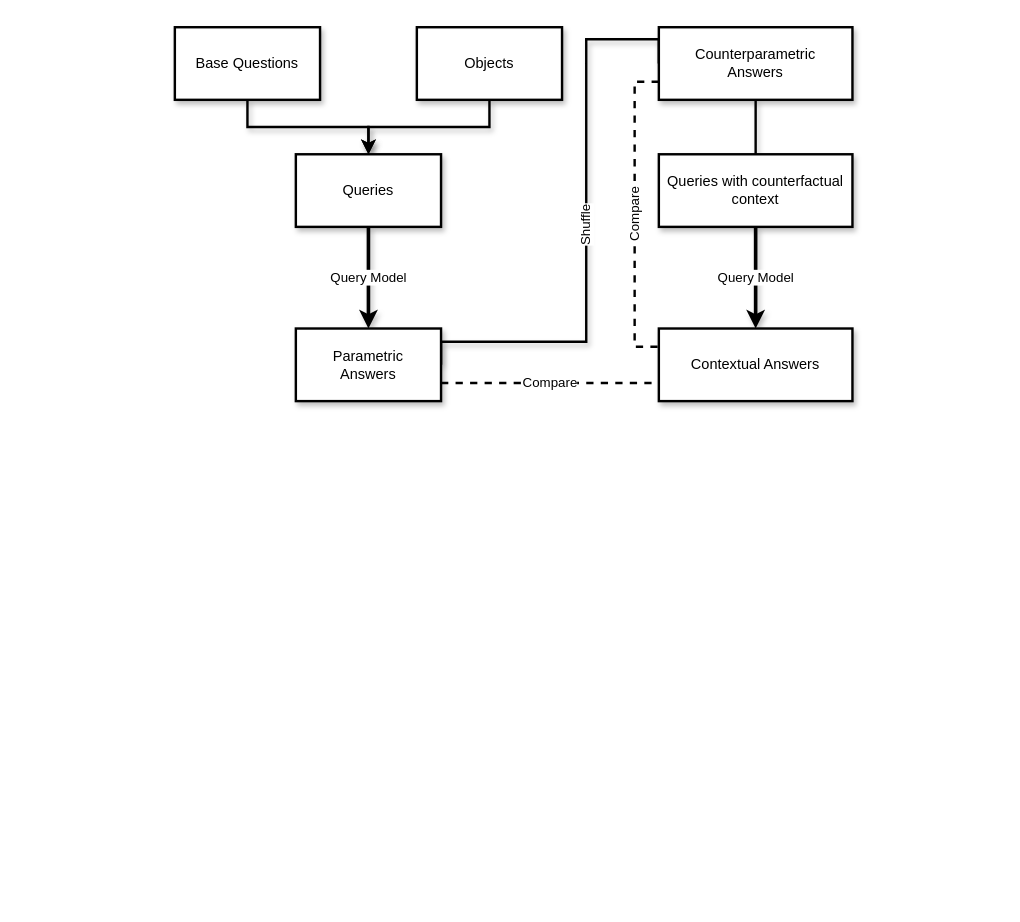
Before: Report/pictures/Method.drawio in mfixman/rag-thesis, a draw.io diagram. Source tidied: cells renumbered, new cells numbered last; positions are measured from the earlier drawing's top-left corner, leaving out a move shared by most shapes. Both pictures are drawn from the tidied source at 121%, with x=0, y=0 at pixel (174, 27).
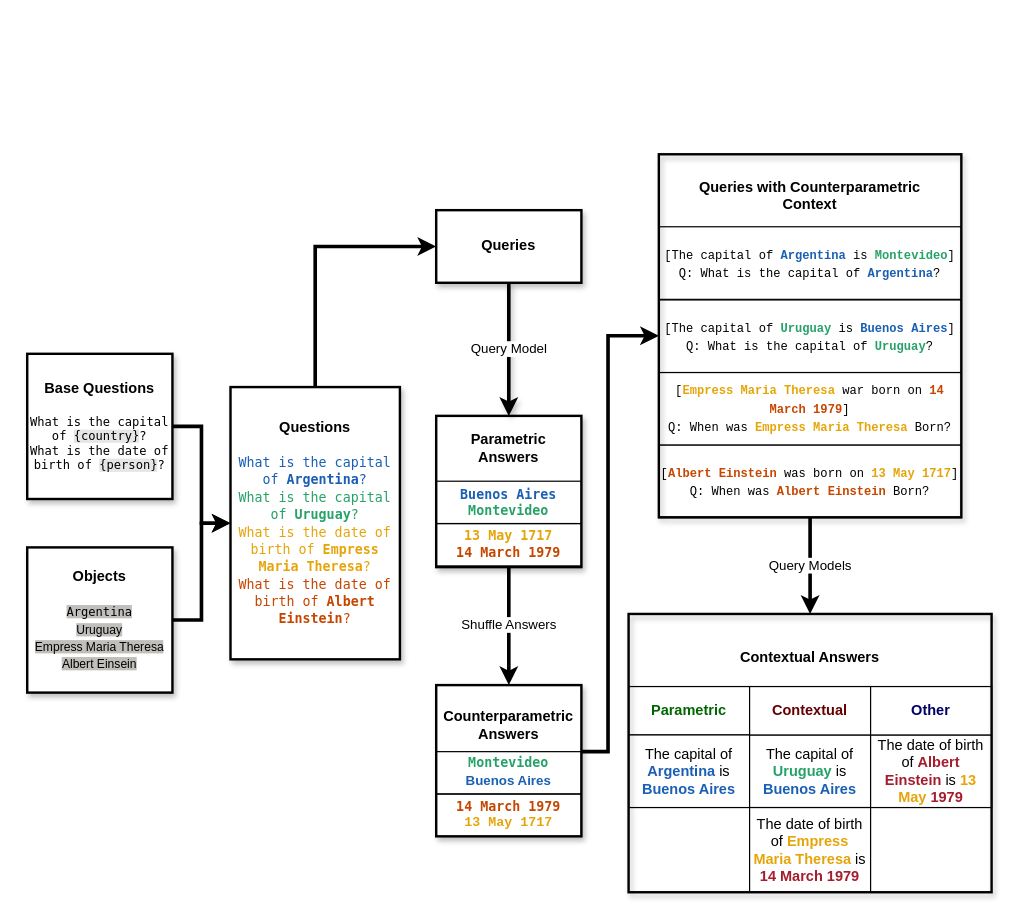
The same diagram, later.

Commit message (it also covers changes not shown here):
Better (?) method diagram.

Diff of the diagram source:
```diff
@@
-    <mxCell id="2" style="edgeStyle=orthogonalEdgeStyle;rounded=0;jettySize=auto;html=1;exitX=0.5;exitY=1;exitDx=0;exitDy=0;entryX=0.5;entryY=0;entryDx=0;entryDy=0;endArrow=classic;endFill=1;strokeWidth=2;shadow=1;" parent="1" edge="1" source="3" target="7">
-      <mxGeometry relative="1" as="geometry" />
-    </mxCell>
+    <mxCell id="17" style="edgeStyle=orthogonalEdgeStyle;rounded=0;jettySize=auto;html=1;exitX=1;exitY=0.5;exitDx=0;exitDy=0;entryX=0;entryY=0.5;entryDx=0;entryDy=0;strokeWidth=3;" parent="1" edge="1" source="3" target="20">
+      <mxGeometry relative="1" as="geometry" />
+    </mxCell>
+    <mxCell id="18" style="edgeStyle=orthogonalEdgeStyle;rounded=0;jettySize=auto;html=1;exitX=1;exitY=0.5;exitDx=0;exitDy=0;strokeWidth=3;" parent="1" edge="1" source="5" target="20">
+      <mxGeometry relative="1" as="geometry" />
+    </mxCell>
+    <mxCell id="19" style="edgeStyle=orthogonalEdgeStyle;rounded=0;jettySize=auto;html=1;exitX=0.5;exitY=0;exitDx=0;exitDy=0;entryX=0;entryY=0.5;entryDx=0;entryDy=0;strokeWidth=3;" parent="1" edge="1" source="20" target="7">
+      <mxGeometry relative="1" as="geometry" />
+    </mxCell>
+    <mxCell id="20" value="&lt;b&gt;Questions&lt;br&gt;&lt;br&gt;&lt;/b&gt;&lt;font style=&quot;font-size: 11px;&quot; face=&quot;Lucida Console&quot;&gt;&lt;font style=&quot;font-size: 11px;&quot; color=&quot;#1a5fb4&quot;&gt;What is the capital of &lt;b&gt;Argentina&lt;/b&gt;?&lt;/font&gt;&lt;/font&gt;&lt;font style=&quot;font-size: 11px;&quot; face=&quot;Lucida Console&quot;&gt;&lt;br&gt;&lt;/font&gt;&lt;font style=&quot;font-size: 11px;&quot; face=&quot;Lucida Console&quot;&gt;&lt;font style=&quot;font-size: 11px;&quot; color=&quot;#26a269&quot;&gt;What is the capital of &lt;b&gt;Uruguay&lt;/b&gt;?&lt;/font&gt;&lt;/font&gt;&lt;font style=&quot;font-size: 11px;&quot; face=&quot;Lucida Console&quot;&gt;&lt;br&gt;&lt;font style=&quot;font-size: 11px;&quot; color=&quot;#e5a50a&quot;&gt;What is the date of birth of &lt;b&gt;Empress Maria Theresa&lt;/b&gt;?&lt;br&gt;&lt;/font&gt;&lt;/font&gt;&lt;font style=&quot;font-size: 11px;&quot; face=&quot;Lucida Console&quot;&gt;&lt;font style=&quot;font-size: 11px;&quot; color=&quot;#c64600&quot;&gt;What is the date of birth of &lt;b&gt;Albert Einstein&lt;/b&gt;?&lt;/font&gt;&lt;/font&gt;&lt;font style=&quot;font-size: 11px;&quot; face=&quot;tMsbR-ijoFJOlpaPKPb6&quot;&gt;&lt;font style=&quot;font-size: 11px;&quot; color=&quot;#c64600&quot;&gt;&lt;br&gt;&lt;/font&gt;&lt;/font&gt;" style="rounded=0;whiteSpace=wrap;html=1;textShadow=0;labelBorderColor=none;shadow=1;strokeWidth=2;" parent="1" vertex="1">
+      <mxGeometry x="46" y="297.4" width="140" height="225" as="geometry" />
+    </mxCell>
+    <mxCell id="21" style="group;" parent="1" vertex="1">
+      <mxGeometry x="216" y="151.2" width="120" height="517.5" as="geometry" />
+    </mxCell>
+    <mxCell id="7" value="&lt;div&gt;&lt;b&gt;Queries&lt;/b&gt;&lt;/div&gt;" style="rounded=0;whiteSpace=wrap;html=1;strokeWidth=2;shadow=1;" parent="21" vertex="1">
+      <mxGeometry width="120" height="60" as="geometry" />
+    </mxCell>
+    <mxCell id="22" style="group;" parent="21" vertex="1">
+      <mxGeometry y="170" width="120" height="125" as="geometry" />
+    </mxCell>
+    <mxCell id="10" value="&lt;b&gt;Parametric&lt;br&gt;Answers&lt;/b&gt;&lt;br&gt;&lt;br&gt;&lt;br&gt;&lt;br&gt;&lt;br&gt;&lt;div&gt;&lt;br&gt;&lt;/div&gt;" style="rounded=0;whiteSpace=wrap;html=1;strokeWidth=2;shadow=1;" parent="22" vertex="1">
+      <mxGeometry width="120" height="125" as="geometry" />
+    </mxCell>
+    <mxCell id="23" value="&lt;div style=&quot;font-size: 10px;&quot;&gt;&lt;font style=&quot;font-size: 11px;&quot; face=&quot;Lucida Console&quot; color=&quot;#e5a50a&quot;&gt;13 May 1717&lt;/font&gt;&lt;/div&gt;&lt;div style=&quot;font-size: 11px;&quot;&gt;&lt;font face=&quot;Lucida Console&quot; color=&quot;#c64600&quot;&gt;14 March 1979&lt;/font&gt;&lt;/div&gt;" style="rounded=0;whiteSpace=wrap;html=1;fontFamily=Courier New;fontSize=10;strokeColor=default;fillColor=none;fillStyle=auto;gradientColor=none;fontStyle=1;fontColor=#a51d2d;" parent="22" vertex="1">
+      <mxGeometry y="89" width="120" height="35" as="geometry" />
+    </mxCell>
+    <mxCell id="24" value="&lt;font style=&quot;font-size: 11px;&quot; face=&quot;Lucida Console&quot;&gt;Buenos Aires&lt;br style=&quot;&quot;&gt;&lt;font style=&quot;font-size: 11px;&quot; color=&quot;#26a269&quot;&gt;Montevideo&lt;/font&gt;&lt;/font&gt;" style="rounded=0;whiteSpace=wrap;html=1;fontFamily=Courier New;fontSize=10;strokeColor=default;fillColor=none;fontStyle=1;fontColor=#1a5fb4;" parent="22" vertex="1">
+      <mxGeometry y="54" width="120" height="35" as="geometry" />
+    </mxCell>
+    <mxCell id="25" style="group;" parent="21" vertex="1">
+      <mxGeometry y="362.5" width="120" height="155" as="geometry" />
+    </mxCell>
+    <mxCell id="13" value="&lt;div&gt;&lt;b&gt;Counterparametric&lt;/b&gt;&lt;/div&gt;&lt;div&gt;&lt;b&gt;Answers&lt;/b&gt;&lt;br&gt;&lt;br&gt;&lt;/div&gt;&lt;br&gt;&lt;br&gt;&lt;div&gt;&lt;br&gt;&lt;/div&gt;" style="rounded=0;whiteSpace=wrap;html=1;strokeWidth=2;shadow=1;" parent="25" vertex="1">
+      <mxGeometry y="30" width="120" height="125" as="geometry" />
+    </mxCell>
+    <mxCell id="26" value="&lt;div style=&quot;font-size: 11px;&quot;&gt;&lt;font style=&quot;font-size: 11px;&quot; face=&quot;Lucida Console&quot; color=&quot;#c64600&quot;&gt;14 March 1979&lt;/font&gt;&lt;font style=&quot;font-size: 11px;&quot; face=&quot;4AYK5dA0e2l7IKI_uSxC&quot;&gt;&lt;br&gt;&lt;font style=&quot;font-size: 11px;&quot; color=&quot;#e5a50a&quot;&gt;13 May 1717&lt;/font&gt;&lt;/font&gt;&lt;/div&gt;" style="rounded=0;whiteSpace=wrap;html=1;fontFamily=Courier New;fontSize=10;strokeColor=default;fillColor=none;fillStyle=auto;gradientColor=none;fontStyle=1;fontColor=#a51d2d;" parent="25" vertex="1">
+      <mxGeometry y="120" width="120" height="35" as="geometry" />
+    </mxCell>
+    <mxCell id="27" value="&lt;div style=&quot;font-size: 11px;&quot;&gt;&lt;font style=&quot;font-size: 11px;&quot; face=&quot;Lucida Console&quot; color=&quot;#26a269&quot;&gt;Montevideo&lt;/font&gt;&lt;/div&gt;&lt;div style=&quot;font-size: 11px;&quot;&gt;&lt;font style=&quot;font-size: 11px;&quot; face=&quot;EW9kL-yD4NLWCVOWMNkE&quot;&gt;Buenos Aires&lt;/font&gt;&lt;/div&gt;" style="rounded=0;whiteSpace=wrap;html=1;fontFamily=Courier New;fontSize=10;strokeColor=default;fillColor=none;fontStyle=1;fontColor=#1a5fb4;" parent="25" vertex="1">
+      <mxGeometry y="85" width="120" height="35" as="geometry" />
+    </mxCell>
+    <mxCell id="6" value="&lt;div align=&quot;right&quot;&gt;Query Model&lt;br&gt;&lt;/div&gt;" style="edgeStyle=orthogonalEdgeStyle;rounded=0;jettySize=auto;html=1;exitX=0.5;exitY=1;exitDx=0;exitDy=0;entryX=0.5;entryY=0;entryDx=0;entryDy=0;strokeWidth=3;shadow=1;" parent="21" edge="1" source="7" target="10">
+      <mxGeometry relative="1" as="geometry" />
+    </mxCell>
+    <mxCell id="28" value="Shuffle Answers" style="edgeStyle=orthogonalEdgeStyle;rounded=0;jettySize=auto;html=1;exitX=0.5;exitY=1;exitDx=0;exitDy=0;entryX=0.5;entryY=0;entryDx=0;entryDy=0;strokeWidth=3;" parent="21" edge="1" source="23" target="13">
+      <mxGeometry relative="1" as="geometry" />
+    </mxCell>
+    <mxCell id="29" style="group;" parent="1" vertex="1">
+      <mxGeometry x="-122" y="269.9" width="120" height="280" as="geometry" />
+    </mxCell>
-    <mxCell id="3" value="Base Questions" style="rounded=0;whiteSpace=wrap;html=1;strokeWidth=2;shadow=1;" parent="1" vertex="1">
-      <mxGeometry width="120" height="60" as="geometry" />
+    <mxCell id="3" value="&lt;div&gt;&lt;b&gt;Base Questions&lt;br&gt;&lt;br&gt;&lt;/b&gt;&lt;/div&gt;&lt;div style=&quot;font-size: 10px;&quot;&gt;&lt;font style=&quot;font-size: 10px;&quot; face=&quot;Lucida Console&quot;&gt;What is the capital of &lt;span style=&quot;background-color: rgb(230, 230, 230);&quot;&gt;{country}&lt;/span&gt;?&lt;br&gt;What is the date of birth of &lt;span style=&quot;background-color: rgb(230, 230, 230);&quot;&gt;{person}&lt;/span&gt;?&lt;/font&gt;&lt;br&gt;&lt;/div&gt;" style="rounded=0;whiteSpace=wrap;html=1;strokeWidth=2;shadow=1;" parent="29" vertex="1">
+      <mxGeometry width="120" height="120" as="geometry" />
     </mxCell>
-    <mxCell id="4" style="edgeStyle=orthogonalEdgeStyle;rounded=0;jettySize=auto;html=1;exitX=0.5;exitY=1;exitDx=0;exitDy=0;entryX=0.5;entryY=0;entryDx=0;entryDy=0;endArrow=classic;endFill=1;strokeWidth=2;shadow=1;" parent="1" edge="1" source="5" target="7">
-      <mxGeometry relative="1" as="geometry" />
-    </mxCell>
-    <mxCell id="5" value="&lt;div&gt;Objects&lt;/div&gt;" style="rounded=0;whiteSpace=wrap;html=1;strokeWidth=2;shadow=1;" parent="1" vertex="1">
-      <mxGeometry x="200" width="120" height="60" as="geometry" />
+    <mxCell id="5" value="&lt;div&gt;&lt;b&gt;Objects&lt;br&gt;&lt;br&gt;&lt;/b&gt;&lt;font face=&quot;Lucida Console&quot; style=&quot;font-size: 10px;&quot;&gt;&lt;span style=&quot;background-color: rgb(192, 191, 188);&quot;&gt;Argentina&lt;/span&gt;&lt;/font&gt;&lt;/div&gt;&lt;div&gt;&lt;font face=&quot;1sBdIfYaEE6bvWHAVR_a&quot; style=&quot;font-size: 10px;&quot;&gt;&lt;span style=&quot;background-color: rgb(192, 191, 188);&quot;&gt;Uruguay&lt;/span&gt;&lt;/font&gt;&lt;/div&gt;&lt;div&gt;&lt;font face=&quot;1sBdIfYaEE6bvWHAVR_a&quot; style=&quot;font-size: 10px;&quot;&gt;&lt;span style=&quot;background-color: rgb(192, 191, 188);&quot;&gt;Empress Maria Theresa&lt;br&gt;Albert Einsein&lt;br&gt;&lt;/span&gt;&lt;/font&gt;&lt;/div&gt;" style="rounded=0;whiteSpace=wrap;html=1;strokeWidth=2;shadow=1;" parent="29" vertex="1">
+      <mxGeometry y="160" width="120" height="120" as="geometry" />
     </mxCell>
-    <mxCell id="6" value="&lt;div align=&quot;right&quot;&gt;Query Model&lt;br&gt;&lt;/div&gt;" style="edgeStyle=orthogonalEdgeStyle;rounded=0;jettySize=auto;html=1;exitX=0.5;exitY=1;exitDx=0;exitDy=0;entryX=0.5;entryY=0;entryDx=0;entryDy=0;strokeWidth=3;shadow=1;" parent="1" edge="1" source="7" target="10">
-      <mxGeometry relative="1" as="geometry" />
-    </mxCell>
-    <mxCell id="7" value="&lt;div&gt;Queries&lt;/div&gt;" style="rounded=0;whiteSpace=wrap;html=1;strokeWidth=2;shadow=1;" parent="1" vertex="1">
-      <mxGeometry x="100" y="105" width="120" height="60" as="geometry" />
-    </mxCell>
-    <mxCell id="8" value="Shuffle" style="edgeStyle=orthogonalEdgeStyle;rounded=0;jettySize=auto;html=1;exitX=1;exitY=0.5;exitDx=0;exitDy=0;entryX=0;entryY=0.5;entryDx=0;entryDy=0;endArrow=none;endFill=0;strokeWidth=2;shadow=1;horizontal=0;" parent="1" edge="1" source="10" target="13">
-      <mxGeometry relative="1" as="geometry">
-        <Array as="points">
-          <mxPoint x="220" y="260" />
-          <mxPoint x="340" y="260" />
-          <mxPoint x="340" y="10" />
-          <mxPoint x="400" y="10" />
-        </Array>
-      </mxGeometry>
-    </mxCell>
-    <mxCell id="9" value="&lt;div&gt;Compare&lt;/div&gt;" style="edgeStyle=orthogonalEdgeStyle;rounded=0;jettySize=auto;html=1;exitX=1;exitY=0.75;exitDx=0;exitDy=0;entryX=0;entryY=0.75;entryDx=0;entryDy=0;strokeWidth=2;dashed=1;endArrow=none;endFill=0;" parent="1" edge="1" source="10" target="16">
-      <mxGeometry relative="1" as="geometry" />
-    </mxCell>
-    <mxCell id="10" value="Parametric&lt;br&gt;Answers" style="rounded=0;whiteSpace=wrap;html=1;strokeWidth=2;shadow=1;" parent="1" vertex="1">
-      <mxGeometry x="100" y="249" width="120" height="60" as="geometry" />
-    </mxCell>
-    <mxCell id="11" style="edgeStyle=orthogonalEdgeStyle;rounded=0;jettySize=auto;html=1;exitX=0.5;exitY=1;exitDx=0;exitDy=0;endArrow=none;endFill=0;strokeWidth=2;shadow=1;" parent="1" edge="1" source="13" target="15">
-      <mxGeometry relative="1" as="geometry" />
-    </mxCell>
-    <mxCell id="12" value="Compare" style="edgeStyle=orthogonalEdgeStyle;rounded=0;jettySize=auto;html=1;exitX=0;exitY=0.75;exitDx=0;exitDy=0;entryX=0;entryY=0.25;entryDx=0;entryDy=0;strokeWidth=2;endArrow=none;endFill=0;dashed=1;horizontal=0;" parent="1" edge="1" source="13" target="16">
-      <mxGeometry relative="1" as="geometry" />
-    </mxCell>
-    <mxCell id="13" value="&lt;div&gt;Counterparametric&lt;/div&gt;&lt;div&gt;Answers&lt;br&gt;&lt;/div&gt;" style="rounded=0;whiteSpace=wrap;html=1;strokeWidth=2;shadow=1;" parent="1" vertex="1">
-      <mxGeometry x="400" width="160" height="60" as="geometry" />
-    </mxCell>
+    <mxCell id="30" style="edgeStyle=orthogonalEdgeStyle;rounded=0;jettySize=auto;html=1;exitX=1;exitY=0;exitDx=0;exitDy=0;entryX=0;entryY=0.5;entryDx=0;entryDy=0;strokeWidth=3;" parent="1" edge="1" source="27" target="15">
+      <mxGeometry relative="1" as="geometry">
+        <Array as="points">
+          <mxPoint x="358" y="599.2" />
+          <mxPoint x="358" y="255.2" />
+        </Array>
+      </mxGeometry>
+    </mxCell>
+    <mxCell id="31" style="group;" parent="1" vertex="1">
+      <mxGeometry x="375" y="484.9" width="300" height="230" as="geometry" />
+    </mxCell>
+    <mxCell id="32" value="&lt;b&gt;Parametric&lt;/b&gt;" style="rounded=0;whiteSpace=wrap;html=1;fontColor=#006600;" parent="31" vertex="1">
+      <mxGeometry y="60" width="100" height="40" as="geometry" />
+    </mxCell>
+    <mxCell id="33" value="The capital of &lt;b&gt;&lt;font color=&quot;#1a5fb4&quot;&gt;Argentina&lt;/font&gt;&lt;/b&gt; is &lt;b&gt;&lt;font color=&quot;#1a5fb4&quot;&gt;Buenos Aires&lt;/font&gt;&lt;/b&gt;" style="rounded=0;whiteSpace=wrap;html=1;" parent="31" vertex="1">
+      <mxGeometry y="100" width="100" height="60" as="geometry" />
+    </mxCell>
+    <mxCell id="34" value="The capital of &lt;b&gt;&lt;font color=&quot;#26a269&quot;&gt;Uruguay&lt;/font&gt;&lt;/b&gt; is &lt;b&gt;&lt;font color=&quot;#1a5fb4&quot;&gt;Buenos Aires&lt;/font&gt;&lt;/b&gt;" style="rounded=0;whiteSpace=wrap;html=1;" parent="31" vertex="1">
+      <mxGeometry x="100" y="100" width="100" height="60" as="geometry" />
+    </mxCell>
+    <mxCell id="35" value="&lt;b&gt;Contextual&lt;/b&gt;" style="rounded=0;whiteSpace=wrap;html=1;fontColor=#660000;" parent="31" vertex="1">
+      <mxGeometry x="100" y="60" width="100" height="40" as="geometry" />
+    </mxCell>
+    <mxCell id="36" value="The date of birth of &lt;font color=&quot;#e5a50a&quot;&gt;&lt;b&gt;Empress Maria Theresa&lt;/b&gt;&lt;/font&gt; is &lt;b&gt;&lt;font color=&quot;#a51d2d&quot;&gt;14 March 1979&lt;/font&gt;&lt;/b&gt;" style="rounded=0;whiteSpace=wrap;html=1;" parent="31" vertex="1">
+      <mxGeometry x="100" y="160" width="100" height="70" as="geometry" />
+    </mxCell>
+    <mxCell id="37" value="The date of birth of &lt;font color=&quot;#a51d2d&quot;&gt;&lt;b&gt;Albert Einstein&lt;/b&gt;&lt;/font&gt; is &lt;b&gt;&lt;font color=&quot;#e5a50a&quot;&gt;13 May&lt;/font&gt; &lt;font color=&quot;#a51d2d&quot;&gt;1979&lt;br&gt;&lt;/font&gt;&lt;/b&gt;" style="rounded=0;whiteSpace=wrap;html=1;" parent="31" vertex="1">
+      <mxGeometry x="200" y="100" width="100" height="60" as="geometry" />
+    </mxCell>
+    <mxCell id="38" value="&lt;b&gt;Other&lt;/b&gt;" style="rounded=0;whiteSpace=wrap;html=1;fontColor=#000066;" parent="31" vertex="1">
+      <mxGeometry x="200" y="60" width="100" height="40" as="geometry" />
+    </mxCell>
+    <mxCell id="16" value="&lt;b&gt;Contextual Answers&lt;/b&gt;&lt;br&gt;&lt;br&gt;&lt;br&gt;&lt;br&gt;&lt;br&gt;&lt;br&gt;&lt;br&gt;&lt;br&gt;&lt;br&gt;&lt;br&gt;&lt;div&gt;&lt;br&gt;&lt;/div&gt;&lt;div&gt;&lt;br/&gt;&lt;/div&gt;" style="rounded=0;whiteSpace=wrap;html=1;strokeWidth=2;shadow=1;fillColor=none;" parent="31" vertex="1">
+      <mxGeometry width="300" height="230" as="geometry" />
+    </mxCell>
-    <mxCell id="14" value="Query Model" style="edgeStyle=orthogonalEdgeStyle;rounded=0;jettySize=auto;html=1;exitX=0.5;exitY=1;exitDx=0;exitDy=0;entryX=0.5;entryY=0;entryDx=0;entryDy=0;strokeWidth=3;shadow=1;" parent="1" edge="1" source="15" target="16">
+    <mxCell id="14" value="&lt;div&gt;Query Models&lt;/div&gt;" style="edgeStyle=orthogonalEdgeStyle;rounded=0;jettySize=auto;html=1;exitX=0.5;exitY=1;exitDx=0;exitDy=0;entryX=0.5;entryY=0;entryDx=0;entryDy=0;strokeWidth=3;" parent="1" edge="1" source="15" target="16">
       <mxGeometry relative="1" as="geometry" />
     </mxCell>
+    <mxCell id="39" value="&lt;font style=&quot;font-size: 10px;&quot; face=&quot;Courier New&quot;&gt;[The capital of &lt;font style=&quot;font-size: 10px;&quot; color=&quot;#1a5fb4&quot;&gt;&lt;b&gt;Argentina&lt;/b&gt;&lt;/font&gt; is &lt;font style=&quot;font-size: 10px;&quot; color=&quot;#26a269&quot;&gt;&lt;b&gt;Montevideo&lt;/b&gt;&lt;/font&gt;]&lt;br&gt;Q: What is the capital of &lt;font color=&quot;#1a5fb4&quot; style=&quot;font-size: 10px;&quot;&gt;&lt;b&gt;Argentina&lt;/b&gt;&lt;/font&gt;?&lt;/font&gt;" style="rounded=0;whiteSpace=wrap;html=1;" parent="1" vertex="1">
+      <mxGeometry x="400" y="164.9" width="250" height="60" as="geometry" />
+    </mxCell>
+    <mxCell id="40" value="&lt;font style=&quot;font-size: 10px;&quot; face=&quot;Courier New&quot;&gt;[The capital of &lt;font color=&quot;#26a269&quot;&gt;&lt;b&gt;Uruguay&lt;/b&gt;&lt;/font&gt; is &lt;font color=&quot;#1a5fb4&quot;&gt;&lt;b&gt;Buenos Aires&lt;/b&gt;&lt;/font&gt;]&lt;br&gt;Q: What is the capital of &lt;font color=&quot;#26a269&quot;&gt;&lt;b&gt;Uruguay&lt;/b&gt;&lt;/font&gt;?&lt;/font&gt;" style="rounded=0;whiteSpace=wrap;html=1;" parent="1" vertex="1">
+      <mxGeometry x="400" y="225.4" width="250" height="60" as="geometry" />
+    </mxCell>
+    <mxCell id="41" value="&lt;font style=&quot;font-size: 10px;&quot; face=&quot;Courier New&quot;&gt;[&lt;font color=&quot;#e5a50a&quot;&gt;&lt;b&gt;Empress Maria Theresa&lt;/b&gt;&lt;/font&gt; war born on &lt;b&gt;&lt;font color=&quot;#c64600&quot;&gt;14 March 1979&lt;/font&gt;&lt;/b&gt;]&lt;br&gt;Q: When was &lt;font color=&quot;#e5a50a&quot;&gt;&lt;b&gt;Empress Maria Theresa&lt;/b&gt;&lt;/font&gt; Born?&lt;/font&gt;" style="rounded=0;whiteSpace=wrap;html=1;" parent="1" vertex="1">
+      <mxGeometry x="400" y="285.4" width="250" height="60" as="geometry" />
+    </mxCell>
+    <mxCell id="42" value="&lt;font style=&quot;font-size: 10px;&quot; face=&quot;Courier New&quot;&gt;[&lt;b&gt;&lt;font color=&quot;#c64600&quot;&gt;Albert Einstein&lt;/font&gt;&lt;/b&gt; was born on &lt;b&gt;&lt;font color=&quot;#e5a50a&quot;&gt;13 May 1717&lt;/font&gt;&lt;/b&gt;]&lt;br&gt;Q: When was &lt;font color=&quot;#c64600&quot;&gt;&lt;b&gt;Albert Einstein&lt;/b&gt;&lt;/font&gt; Born?&lt;/font&gt;" style="rounded=0;whiteSpace=wrap;html=1;" parent="1" vertex="1">
+      <mxGeometry x="400" y="345.4" width="250" height="60" as="geometry" />
+    </mxCell>
-    <mxCell id="15" value="Queries with counterfactual context" style="rounded=0;whiteSpace=wrap;html=1;strokeWidth=2;shadow=1;" parent="1" vertex="1">
-      <mxGeometry x="400" y="105" width="160" height="60" as="geometry" />
+    <mxCell id="15" value="&lt;b&gt;Queries with Counterparametric&lt;br&gt;Context&lt;br&gt;&lt;br&gt;&lt;br&gt;&lt;br&gt;&lt;br&gt;&lt;br&gt;&lt;br&gt;&lt;br&gt;&lt;br&gt;&lt;br&gt;&lt;br&gt;&lt;br&gt;&lt;br&gt;&lt;br&gt;&lt;br&gt;&lt;br&gt;&lt;br&gt;&lt;/b&gt;" style="rounded=0;whiteSpace=wrap;html=1;strokeWidth=2;shadow=1;fillColor=none;" parent="1" vertex="1">
+      <mxGeometry x="400" y="105" width="250" height="300" as="geometry" />
     </mxCell>
-    <mxCell id="16" value="Contextual Answers" style="rounded=0;whiteSpace=wrap;html=1;strokeWidth=2;shadow=1;" parent="1" vertex="1">
-      <mxGeometry x="400" y="249" width="160" height="60" as="geometry" />
-    </mxCell>
```
